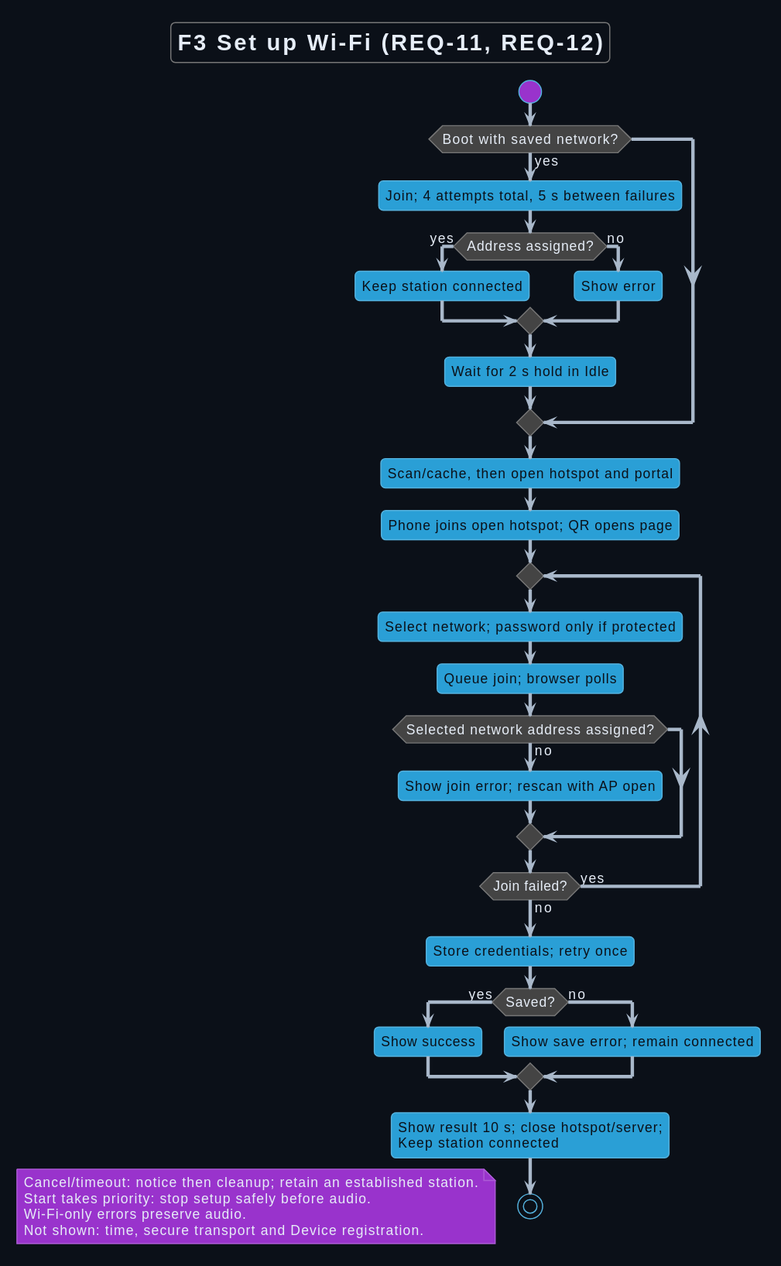
DemonicPsychoII/DigitalStethoscope keeps this PlantUML diagram as Development/system/requirements/use-cases/rendered/uc_03_set_up_wifi.svg. Above is the earlier version. Its diagram source:
```plantuml
@startuml
!theme cyborg
skinparam shadowing false
skinparam defaultFontName SansSerif
skinparam backgroundColor #0b1018
skinparam defaultFontColor #e6edf7
skinparam ArrowColor #a9b8ca
skinparam activity {
 FontColor #0b1018
 DiamondFontColor #e6edf7
}
title F3 Set up Wi-Fi (REQ-11, REQ-12)
start
if (Boot with saved network?) then (yes)
 :Join; 4 attempts total, 5 s between failures;
 if (Address assigned?) then (yes)
  :Keep station connected;
 else (no)
  :Show error;
 endif
 :Wait for 2 s hold in Idle;
endif
:Scan/cache, then open hotspot and portal;
:Phone joins open hotspot; QR opens page;
repeat
:Select network; password only if protected;
:Queue join; browser polls;
if (Selected network address assigned?) then (no)
 :Show join error; rescan with AP open;
endif
repeat while (Join failed?) is (yes) not (no)
 :Store credentials; retry once;
 if (Saved?) then (yes)
  :Show success;
 else (no)
  :Show save error; remain connected;
 endif
 :Show result 10 s; close hotspot/server;\nKeep station connected;
stop
floating note
 Cancel/timeout: notice then cleanup; retain an established station.
 Start takes priority: stop setup safely before audio.
 Wi-Fi-only errors preserve audio.
 Not shown: time, secure transport and Device registration.
end note
@enduml
```
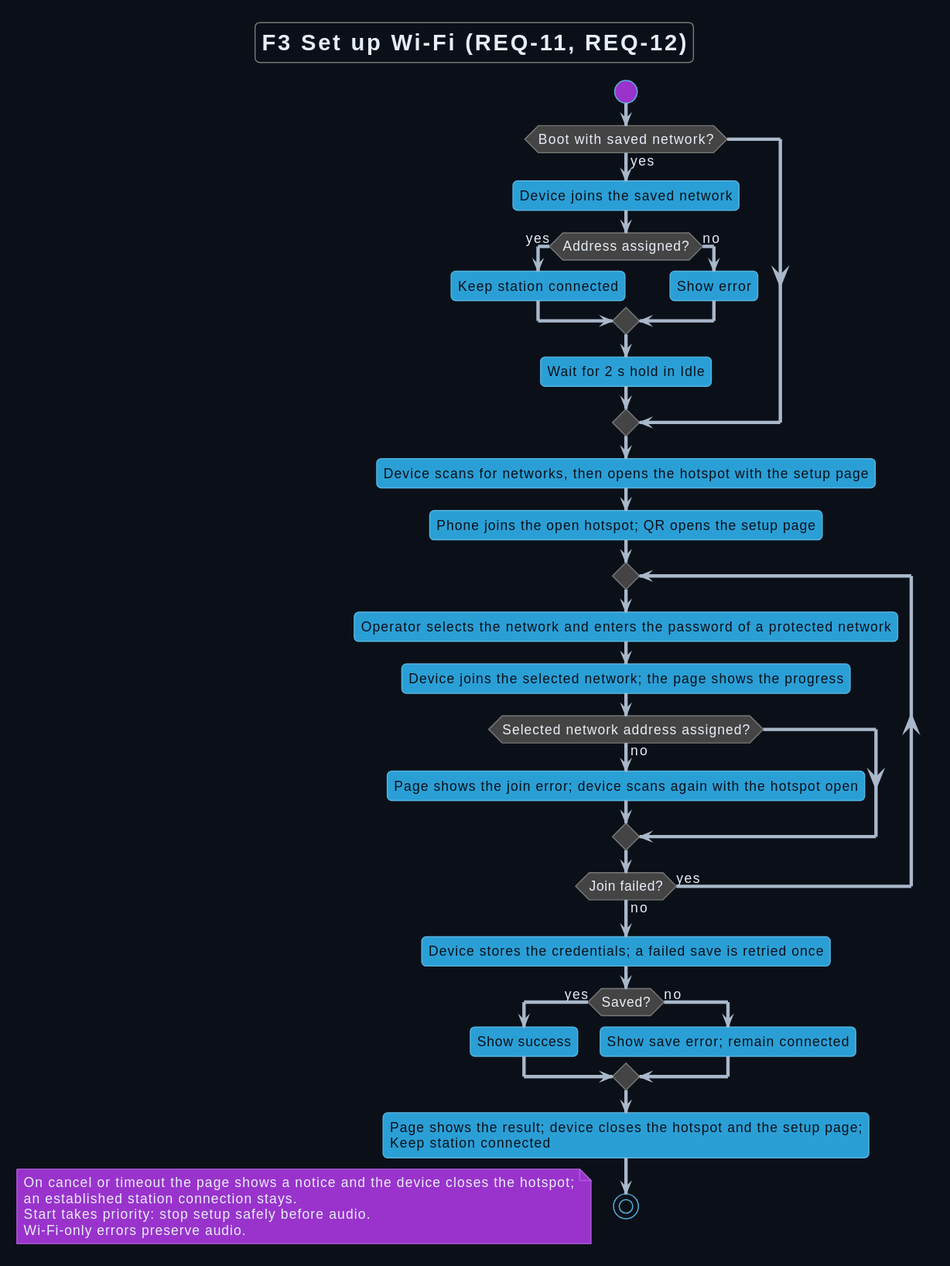
The same diagram one commit later.

What changed in the source:
```diff
@@ -12,7 +12,7 @@
 title F3 Set up Wi-Fi (REQ-11, REQ-12)
 start
 if (Boot with saved network?) then (yes)
- :Join; 4 attempts total, 5 s between failures;
+ :Device joins the saved network;
  if (Address assigned?) then (yes)
   :Keep station connected;
  else (no)
@@ -20,27 +20,27 @@
  endif
  :Wait for 2 s hold in Idle;
 endif
-:Scan/cache, then open hotspot and portal;
-:Phone joins open hotspot; QR opens page;
+:Device scans for networks, then opens the hotspot with the setup page;
+:Phone joins the open hotspot; QR opens the setup page;
 repeat
-:Select network; password only if protected;
-:Queue join; browser polls;
+:Operator selects the network and enters the password of a protected network;
+:Device joins the selected network; the page shows the progress;
 if (Selected network address assigned?) then (no)
- :Show join error; rescan with AP open;
+ :Page shows the join error; device scans again with the hotspot open;
 endif
 repeat while (Join failed?) is (yes) not (no)
- :Store credentials; retry once;
+ :Device stores the credentials; a failed save is retried once;
  if (Saved?) then (yes)
   :Show success;
  else (no)
   :Show save error; remain connected;
  endif
- :Show result 10 s; close hotspot/server;\nKeep station connected;
+ :Page shows the result; device closes the hotspot and the setup page;\nKeep station connected;
 stop
 floating note
- Cancel/timeout: notice then cleanup; retain an established station.
+ On cancel or timeout the page shows a notice and the device closes the hotspot;
+ an established station connection stays.
  Start takes priority: stop setup safely before audio.
  Wi-Fi-only errors preserve audio.
- Not shown: time, secure transport and Device registration.
 end note
 @enduml
```
